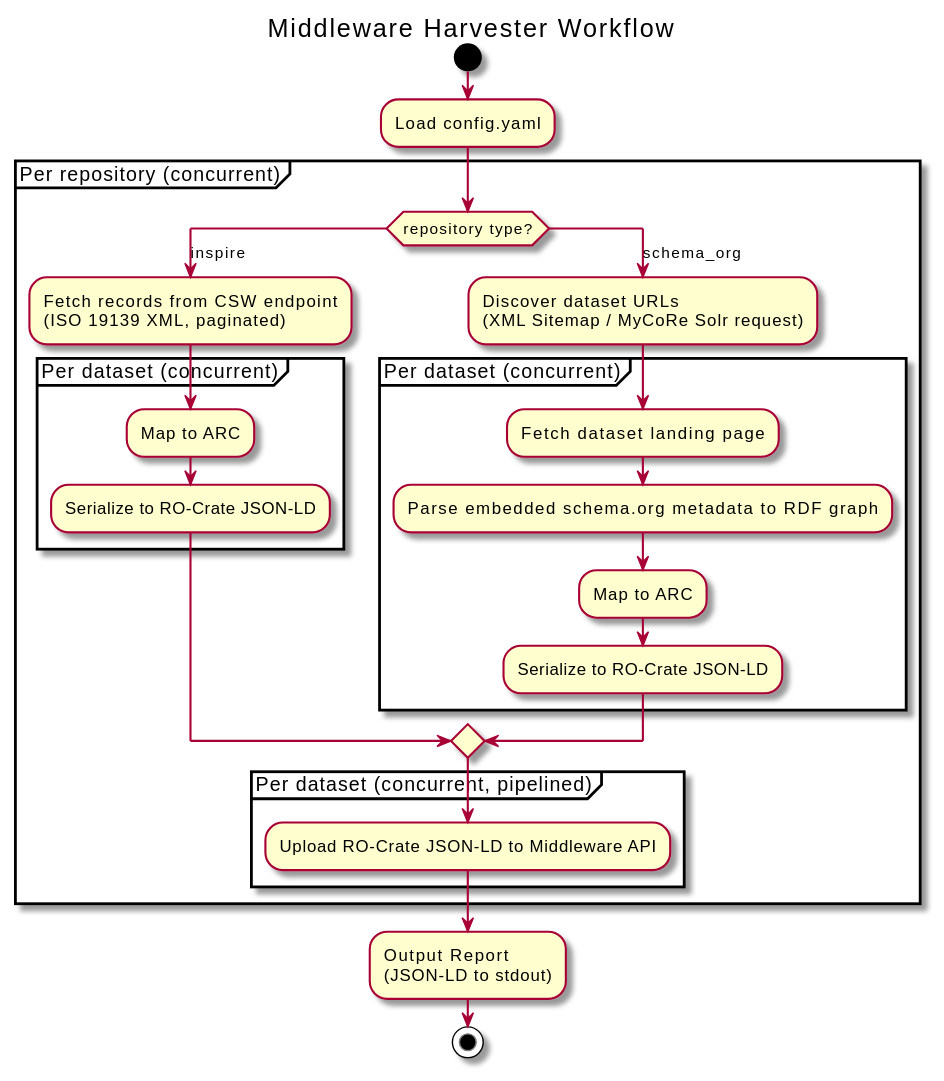
Above: docs/diagrams/Harvester_Workflow.svg in fairagro/m4.2_middleware_harvester (PlantUML), before the change.
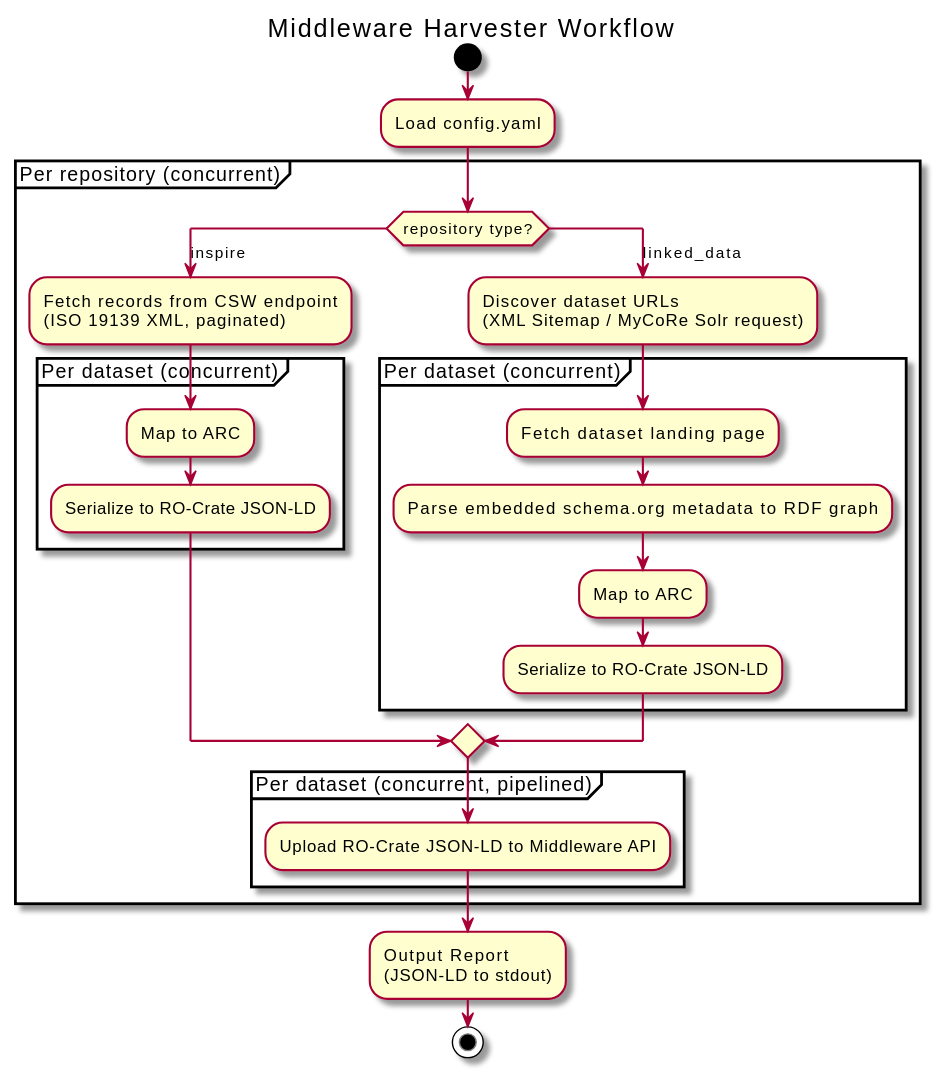
The same diagram one commit later.

Change to the diagram source:
```diff
@@ -12,7 +12,7 @@
       :Map to ARC;
       :Serialize to RO-Crate JSON-LD;
     }
-  case (schema_org)
+  case (linked_data)
     :Discover dataset URLs\n(XML Sitemap / MyCoRe Solr request);
     partition "Per dataset (concurrent)" {
       :Fetch dataset landing page;
```
